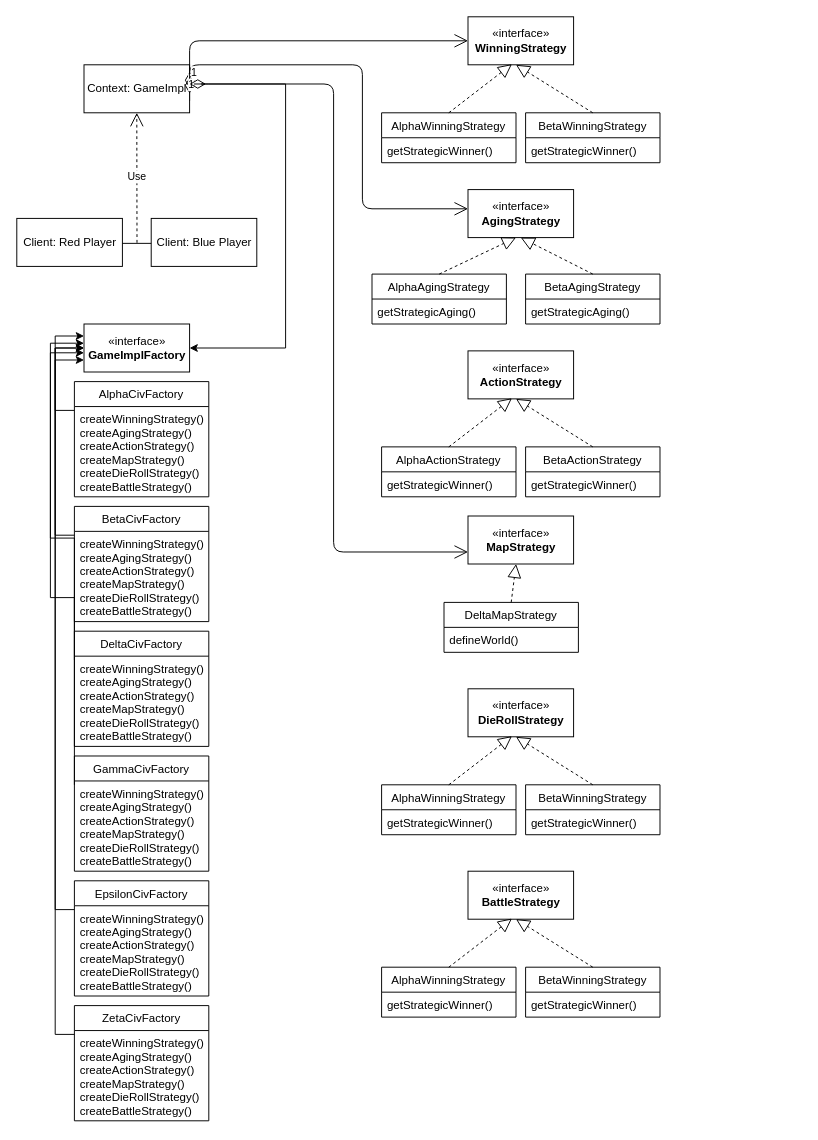
Above: GameFactoryUML.drawio in els187/ece1145-pitt (draw.io), before the change. Source tidied: cells renumbered, new cells numbered last; positions are measured from the earlier drawing's top-left corner, leaving out a move shared by most shapes. Both pictures are drawn from the tidied source at 96%, with x=0, y=0 at pixel (16, 16).
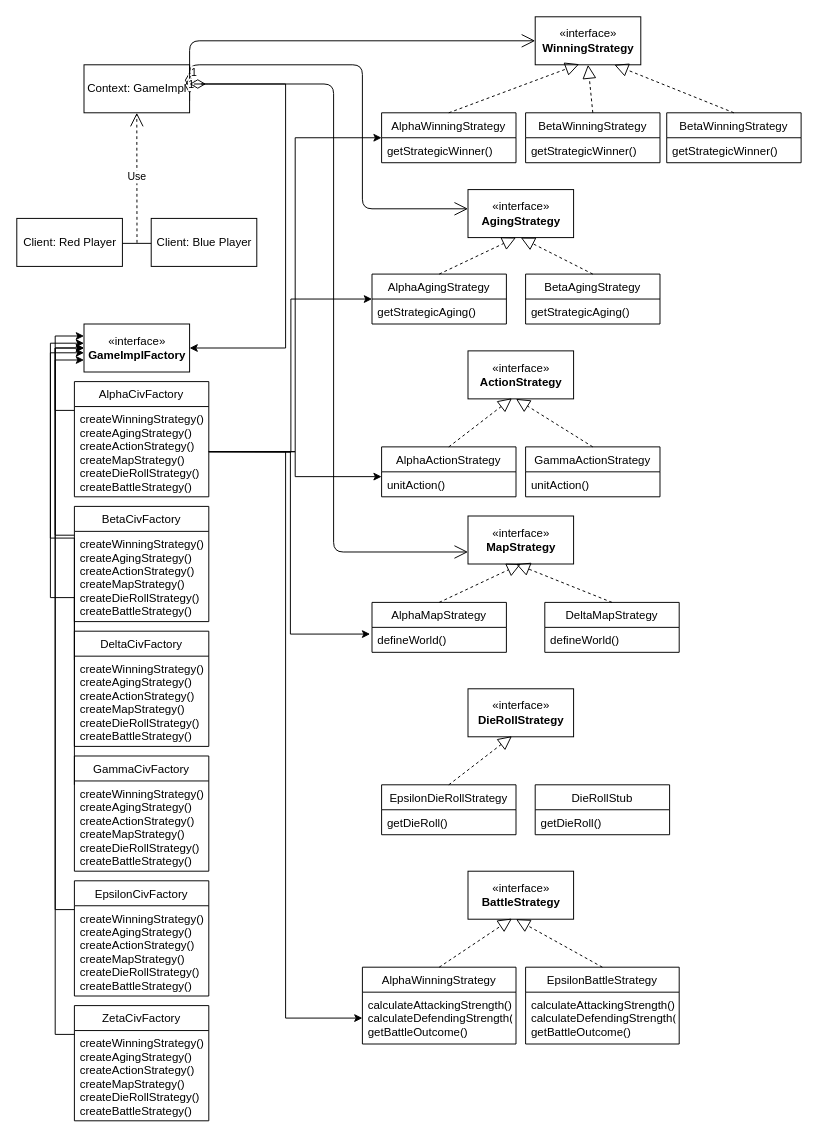
The same page after the edit.

Unchanged cells that the change refers to:
```xml
<mxCell id="8" value="«interface»&lt;br&gt;&lt;b&gt;MapStrategy&lt;/b&gt;" style="html=1;" parent="1" vertex="1">
  <mxGeometry x="470" y="520" width="110" height="50" as="geometry" />
</mxCell>
<mxCell id="12" value="AlphaWinningStrategy" style="swimlane;fontStyle=0;horizontal=1;startSize=26;fillColor=none;" parent="1" vertex="1">
  <mxGeometry x="380" y="100" width="140" height="52" as="geometry" />
</mxCell>
<mxCell id="14" value="BetaWinningStrategy" style="swimlane;fontStyle=0;horizontal=1;startSize=26;fillColor=none;" parent="1" vertex="1">
  <mxGeometry x="530" y="100" width="140" height="52" as="geometry" />
</mxCell>
<mxCell id="16" value="AlphaAgingStrategy" style="swimlane;fontStyle=0;horizontal=1;startSize=26;fillColor=none;" parent="1" vertex="1">
  <mxGeometry x="370" y="268" width="140" height="52" as="geometry" />
</mxCell>
<mxCell id="32" value="createWinningStrategy()&#10;createAgingStrategy()&#10;createActionStrategy()&#10;createMapStrategy()&#10;createDieRollStrategy()&#10;createBattleStrategy()&#10;&#10;&#10;" style="text;strokeColor=none;fillColor=none;align=left;verticalAlign=top;spacingLeft=4;spacingRight=4;overflow=hidden;points=[[0,0.5],[1,0.5]];portConstraint=eastwest;" parent="31" vertex="1">
  <mxGeometry y="26" width="140" height="94" as="geometry" />
</mxCell>
<mxCell id="49" value="AlphaActionStrategy" style="swimlane;fontStyle=0;horizontal=1;startSize=26;fillColor=none;" parent="1" vertex="1">
  <mxGeometry x="380" y="448" width="140" height="52" as="geometry" />
</mxCell>
```

What changed in the source:
```diff
@@
     <mxCell id="7" value="«interface»&lt;br&gt;&lt;b&gt;WinningStrategy&lt;/b&gt;" style="html=1;" parent="1" vertex="1">
-      <mxGeometry x="470" width="110" height="50" as="geometry" />
+      <mxGeometry x="540" width="110" height="50" as="geometry" />
     </mxCell>
@@
-    <mxCell id="21" style="endArrow=block;dashed=1;endFill=0;endSize=12;html=1;exitX=0.5;exitY=0;exitDx=0;exitDy=0;" parent="1" edge="1" source="14">
-      <mxGeometry relative="1" as="geometry">
-        <mxPoint x="520" y="50" as="targetPoint" />
-      </mxGeometry>
+    <mxCell id="21" style="endArrow=block;dashed=1;endFill=0;endSize=12;html=1;exitX=0.5;exitY=0;exitDx=0;exitDy=0;entryX=0.5;entryY=1;entryDx=0;entryDy=0;" parent="1" edge="1" source="14" target="7">
+      <mxGeometry relative="1" as="geometry" />
     </mxCell>
@@
     <mxCell id="23" value="DeltaMapStrategy" style="swimlane;fontStyle=0;horizontal=1;startSize=26;fillColor=none;" parent="1" vertex="1">
-      <mxGeometry x="445" y="610" width="140" height="52" as="geometry" />
+      <mxGeometry x="550" y="610" width="140" height="52" as="geometry" />
     </mxCell>
@@
-    <mxCell id="50" value="getStrategicWinner()" style="text;strokeColor=none;fillColor=none;align=left;verticalAlign=top;spacingLeft=4;spacingRight=4;overflow=hidden;points=[[0,0.5],[1,0.5]];portConstraint=eastwest;" parent="49" vertex="1">
+    <mxCell id="50" value="unitAction()" style="text;strokeColor=none;fillColor=none;align=left;verticalAlign=top;spacingLeft=4;spacingRight=4;overflow=hidden;points=[[0,0.5],[1,0.5]];portConstraint=eastwest;" parent="49" vertex="1">
       <mxGeometry y="26" width="140" height="26" as="geometry" />
     </mxCell>
-    <mxCell id="51" value="BetaActionStrategy" style="swimlane;fontStyle=0;horizontal=1;startSize=26;fillColor=none;" parent="1" vertex="1">
+    <mxCell id="51" value="GammaActionStrategy" style="swimlane;fontStyle=0;horizontal=1;startSize=26;fillColor=none;" parent="1" vertex="1">
       <mxGeometry x="530" y="448" width="140" height="52" as="geometry" />
     </mxCell>
-    <mxCell id="52" value="getStrategicWinner()" style="text;strokeColor=none;fillColor=none;align=left;verticalAlign=top;spacingLeft=4;spacingRight=4;overflow=hidden;" parent="51" vertex="1">
+    <mxCell id="52" value="unitAction()" style="text;strokeColor=none;fillColor=none;align=left;verticalAlign=top;spacingLeft=4;spacingRight=4;overflow=hidden;" parent="51" vertex="1">
       <mxGeometry y="26" width="140" height="26" as="geometry" />
     </mxCell>
@@
-    <mxCell id="56" value="AlphaWinningStrategy" style="swimlane;fontStyle=0;horizontal=1;startSize=26;fillColor=none;" parent="1" vertex="1">
+    <mxCell id="56" value="EpsilonDieRollStrategy" style="swimlane;fontStyle=0;horizontal=1;startSize=26;fillColor=none;" parent="1" vertex="1">
       <mxGeometry x="380" y="800" width="140" height="52" as="geometry" />
     </mxCell>
-    <mxCell id="57" value="getStrategicWinner()" style="text;strokeColor=none;fillColor=none;align=left;verticalAlign=top;spacingLeft=4;spacingRight=4;overflow=hidden;" parent="56" vertex="1">
+    <mxCell id="57" value="getDieRoll()" style="text;strokeColor=none;fillColor=none;align=left;verticalAlign=top;spacingLeft=4;spacingRight=4;overflow=hidden;" parent="56" vertex="1">
       <mxGeometry y="26" width="140" height="26" as="geometry" />
     </mxCell>
-    <mxCell id="58" value="BetaWinningStrategy" style="swimlane;fontStyle=0;horizontal=1;startSize=26;fillColor=none;" parent="1" vertex="1">
-      <mxGeometry x="530" y="800" width="140" height="52" as="geometry" />
-    </mxCell>
-    <mxCell id="59" value="getStrategicWinner()" style="text;strokeColor=none;fillColor=none;align=left;verticalAlign=top;spacingLeft=4;spacingRight=4;overflow=hidden;" parent="58" vertex="1">
-      <mxGeometry y="26" width="140" height="26" as="geometry" />
-    </mxCell>
@@
-    <mxCell id="61" style="endArrow=block;dashed=1;endFill=0;endSize=12;html=1;exitX=0.5;exitY=0;exitDx=0;exitDy=0;" parent="1" edge="1" source="58">
-      <mxGeometry relative="1" as="geometry">
-        <mxPoint x="520" y="750" as="targetPoint" />
-      </mxGeometry>
-    </mxCell>
@@
     <mxCell id="63" value="AlphaWinningStrategy" style="swimlane;fontStyle=0;horizontal=1;startSize=26;fillColor=none;" parent="1" vertex="1">
-      <mxGeometry x="380" y="990" width="140" height="52" as="geometry" />
+      <mxGeometry x="360" y="990" width="160" height="80" as="geometry" />
     </mxCell>
-    <mxCell id="64" value="getStrategicWinner()" style="text;strokeColor=none;fillColor=none;align=left;verticalAlign=top;spacingLeft=4;spacingRight=4;overflow=hidden;points=[[0,0.5],[1,0.5]];portConstraint=eastwest;" parent="63" vertex="1">
-      <mxGeometry y="26" width="140" height="26" as="geometry" />
+    <mxCell id="64" value="calculateAttackingStrength()&#10;calculateDefendingStrength()&#10;getBattleOutcome()&#10;" style="text;strokeColor=none;fillColor=none;align=left;verticalAlign=top;spacingLeft=4;spacingRight=4;overflow=hidden;points=[[0,0.5],[1,0.5]];portConstraint=eastwest;" parent="63" vertex="1">
+      <mxGeometry y="26" width="160" height="54" as="geometry" />
     </mxCell>
-    <mxCell id="65" value="BetaWinningStrategy" style="swimlane;fontStyle=0;horizontal=1;startSize=26;fillColor=none;" parent="1" vertex="1">
-      <mxGeometry x="530" y="990" width="140" height="52" as="geometry" />
+    <mxCell id="65" value="EpsilonBattleStrategy" style="swimlane;fontStyle=0;horizontal=1;startSize=26;fillColor=none;" parent="1" vertex="1">
+      <mxGeometry x="530" y="990" width="160" height="80" as="geometry" />
     </mxCell>
-    <mxCell id="66" value="getStrategicWinner()" style="text;strokeColor=none;fillColor=none;align=left;verticalAlign=top;spacingLeft=4;spacingRight=4;overflow=hidden;" parent="65" vertex="1">
-      <mxGeometry y="26" width="140" height="26" as="geometry" />
+    <mxCell id="66" value="calculateAttackingStrength()&#10;calculateDefendingStrength()&#10;getBattleOutcome()&#10;&#10;&#10;" style="text;strokeColor=none;fillColor=none;align=left;verticalAlign=top;spacingLeft=4;spacingRight=4;overflow=hidden;" parent="65" vertex="1">
+      <mxGeometry y="26" width="160" height="54" as="geometry" />
     </mxCell>
@@
+    <mxCell id="58" value="BetaWinningStrategy" style="swimlane;fontStyle=0;horizontal=1;startSize=26;fillColor=none;" parent="1" vertex="1">
+      <mxGeometry x="677" y="100" width="140" height="52" as="geometry" />
+    </mxCell>
+    <mxCell id="59" value="getStrategicWinner()" style="text;strokeColor=none;fillColor=none;align=left;verticalAlign=top;spacingLeft=4;spacingRight=4;overflow=hidden;" parent="58" vertex="1">
+      <mxGeometry y="26" width="140" height="26" as="geometry" />
+    </mxCell>
+    <mxCell id="69" style="endArrow=block;dashed=1;endFill=0;endSize=12;html=1;exitX=0.5;exitY=0;exitDx=0;exitDy=0;entryX=0.75;entryY=1;entryDx=0;entryDy=0;" parent="1" edge="1" source="58" target="7">
+      <mxGeometry relative="1" as="geometry" />
+    </mxCell>
+    <mxCell id="70" value="AlphaMapStrategy" style="swimlane;fontStyle=0;horizontal=1;startSize=26;fillColor=none;" parent="1" vertex="1">
+      <mxGeometry x="370" y="610" width="140" height="52" as="geometry" />
+    </mxCell>
+    <mxCell id="71" value="defineWorld()" style="text;strokeColor=none;fillColor=none;align=left;verticalAlign=top;spacingLeft=4;spacingRight=4;overflow=hidden;points=[[0,0.5],[1,0.5]];portConstraint=eastwest;" parent="70" vertex="1">
+      <mxGeometry y="26" width="140" height="26" as="geometry" />
+    </mxCell>
+    <mxCell id="72" style="endArrow=block;dashed=1;endFill=0;endSize=12;html=1;exitX=0.5;exitY=0;exitDx=0;exitDy=0;entryX=0.5;entryY=1;entryDx=0;entryDy=0;" parent="1" edge="1" source="70" target="8">
+      <mxGeometry relative="1" as="geometry" />
+    </mxCell>
+    <mxCell id="73" value="DieRollStub" style="swimlane;fontStyle=0;horizontal=1;startSize=26;fillColor=none;" parent="1" vertex="1">
+      <mxGeometry x="540" y="800" width="140" height="52" as="geometry" />
+    </mxCell>
+    <mxCell id="74" value="getDieRoll()" style="text;strokeColor=none;fillColor=none;align=left;verticalAlign=top;spacingLeft=4;spacingRight=4;overflow=hidden;" parent="73" vertex="1">
+      <mxGeometry y="26" width="140" height="26" as="geometry" />
+    </mxCell>
+    <mxCell id="75" style="edgeStyle=orthogonalEdgeStyle;rounded=0;jettySize=auto;html=1;exitX=1;exitY=0.5;exitDx=0;exitDy=0;entryX=0;entryY=0.5;entryDx=0;entryDy=0;" parent="1" edge="1" source="32" target="12">
+      <mxGeometry relative="1" as="geometry" />
+    </mxCell>
+    <mxCell id="76" style="edgeStyle=orthogonalEdgeStyle;rounded=0;jettySize=auto;html=1;entryX=0;entryY=0.5;entryDx=0;entryDy=0;" parent="1" edge="1" target="16">
+      <mxGeometry relative="1" as="geometry">
+        <mxPoint x="200" y="453" as="sourcePoint" />
+      </mxGeometry>
+    </mxCell>
+    <mxCell id="77" style="edgeStyle=orthogonalEdgeStyle;rounded=0;jettySize=auto;html=1;exitX=1;exitY=0.5;exitDx=0;exitDy=0;entryX=0;entryY=0.192;entryDx=0;entryDy=0;entryPerimeter=0;" parent="1" edge="1" source="32" target="50">
+      <mxGeometry relative="1" as="geometry" />
+    </mxCell>
+    <mxCell id="78" style="edgeStyle=orthogonalEdgeStyle;rounded=0;jettySize=auto;html=1;exitX=1;exitY=0.5;exitDx=0;exitDy=0;entryX=-0.014;entryY=0.269;entryDx=0;entryDy=0;entryPerimeter=0;" parent="1" edge="1" source="32" target="71">
+      <mxGeometry relative="1" as="geometry" />
+    </mxCell>
+    <mxCell id="79" style="edgeStyle=orthogonalEdgeStyle;rounded=0;jettySize=auto;html=1;exitX=1;exitY=0.5;exitDx=0;exitDy=0;entryX=0;entryY=0.5;entryDx=0;entryDy=0;" parent="1" edge="1" source="32" target="64">
+      <mxGeometry relative="1" as="geometry" />
+    </mxCell>
```
